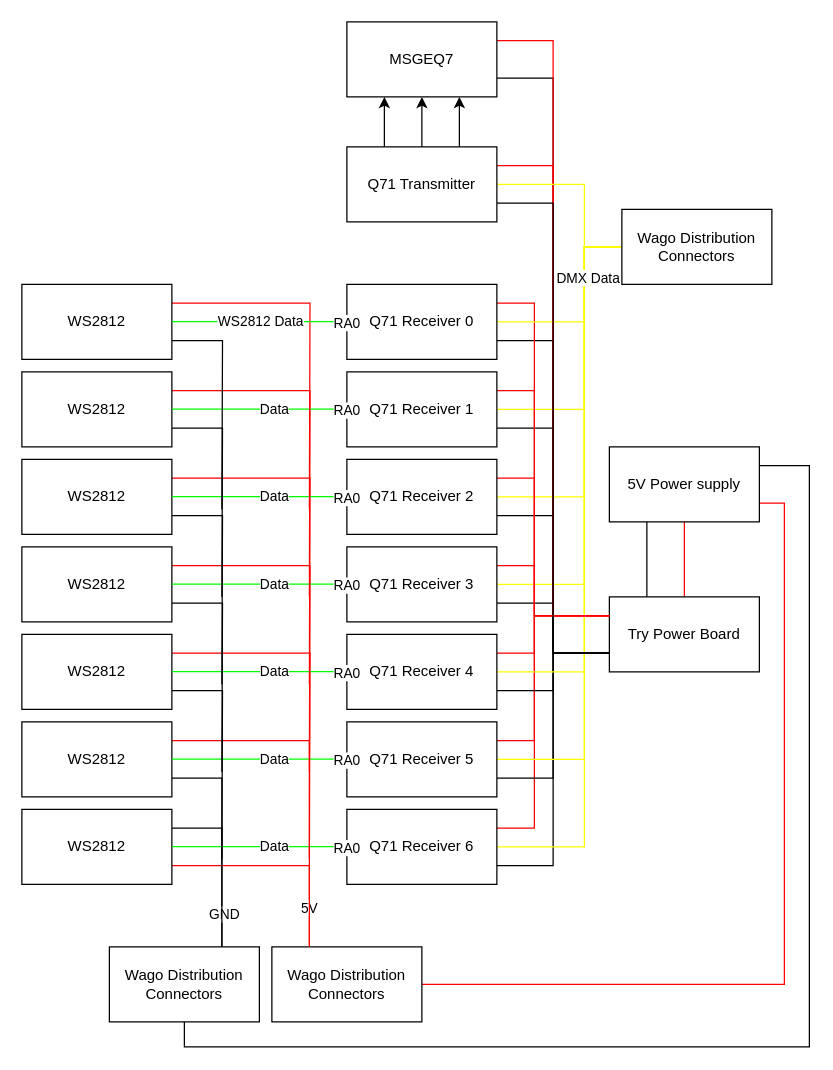
This is try_demo_hardware.drawio from jfcbooth/block_diagrams, a draw.io file, before an edit. Source tidied: cells renumbered, new cells numbered last; positions are measured from the earlier drawing's top-left corner, leaving out a move shared by most shapes. Both pictures are drawn from the tidied source at 125%, with x=0, y=0 at pixel (21, 21).
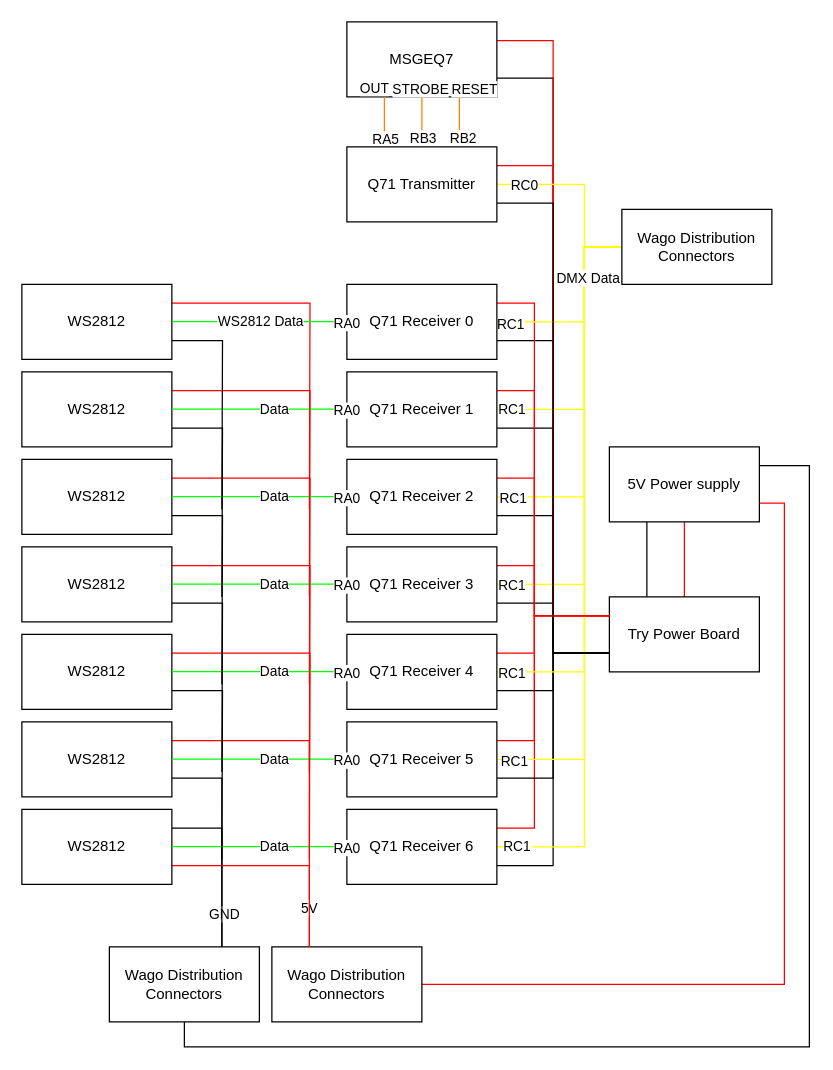
After the change.

The change refers to these unchanged cells:
```xml
<mxCell id="9" style="edgeStyle=orthogonalEdgeStyle;rounded=0;jettySize=auto;html=1;exitX=1;exitY=0.5;exitDx=0;exitDy=0;entryX=0;entryY=0.5;entryDx=0;entryDy=0;strokeColor=#FFFF00;endArrow=none;endFill=0;" parent="1" edge="1" source="10" target="93">
  <mxGeometry relative="1" as="geometry">
    <Array as="points">
      <mxPoint x="450" y="660" />
      <mxPoint x="450" y="180" />
    </Array>
  </mxGeometry>
</mxCell>
<mxCell id="20" value="MSGEQ7" style="rounded=0;whiteSpace=wrap;html=1;" parent="1" vertex="1">
  <mxGeometry x="260" width="120" height="60" as="geometry" />
</mxCell>
<mxCell id="30" style="edgeStyle=orthogonalEdgeStyle;rounded=0;jettySize=auto;html=1;exitX=1;exitY=0.5;exitDx=0;exitDy=0;entryX=0;entryY=0.5;entryDx=0;entryDy=0;strokeColor=#FFFF00;endArrow=none;endFill=0;" parent="1" edge="1" source="31" target="93">
  <mxGeometry relative="1" as="geometry">
    <Array as="points">
      <mxPoint x="450" y="590" />
      <mxPoint x="450" y="180" />
    </Array>
  </mxGeometry>
</mxCell>
<mxCell id="40" style="edgeStyle=orthogonalEdgeStyle;rounded=0;jettySize=auto;html=1;exitX=1;exitY=0.5;exitDx=0;exitDy=0;entryX=0;entryY=0.5;entryDx=0;entryDy=0;strokeColor=#FFFF00;endArrow=none;endFill=0;" parent="1" edge="1" source="41" target="93">
  <mxGeometry relative="1" as="geometry">
    <Array as="points">
      <mxPoint x="450" y="520" />
      <mxPoint x="450" y="180" />
    </Array>
  </mxGeometry>
</mxCell>
<mxCell id="50" style="edgeStyle=orthogonalEdgeStyle;rounded=0;jettySize=auto;html=1;exitX=1;exitY=0.5;exitDx=0;exitDy=0;entryX=0;entryY=0.5;entryDx=0;entryDy=0;strokeColor=#FFFF00;endArrow=none;endFill=0;" parent="1" edge="1" source="51" target="93">
  <mxGeometry relative="1" as="geometry">
    <Array as="points">
      <mxPoint x="450" y="450" />
      <mxPoint x="450" y="180" />
    </Array>
  </mxGeometry>
</mxCell>
<mxCell id="60" style="edgeStyle=orthogonalEdgeStyle;rounded=0;jettySize=auto;html=1;exitX=1;exitY=0.5;exitDx=0;exitDy=0;entryX=0;entryY=0.5;entryDx=0;entryDy=0;strokeColor=#FFFF00;endArrow=none;endFill=0;" parent="1" edge="1" source="61" target="93">
  <mxGeometry relative="1" as="geometry">
    <Array as="points">
      <mxPoint x="450" y="380" />
      <mxPoint x="450" y="180" />
    </Array>
  </mxGeometry>
</mxCell>
<mxCell id="70" style="edgeStyle=orthogonalEdgeStyle;rounded=0;jettySize=auto;html=1;exitX=1;exitY=0.5;exitDx=0;exitDy=0;entryX=0;entryY=0.5;entryDx=0;entryDy=0;strokeColor=#FFFF00;endArrow=none;endFill=0;" parent="1" edge="1" source="71" target="93">
  <mxGeometry relative="1" as="geometry">
    <Array as="points">
      <mxPoint x="450" y="310" />
      <mxPoint x="450" y="180" />
    </Array>
  </mxGeometry>
</mxCell>
<mxCell id="82" value="Q71 Receiver 0" style="rounded=0;whiteSpace=wrap;html=1;" parent="1" vertex="1">
  <mxGeometry x="260" y="210" width="120" height="60" as="geometry" />
</mxCell>
<mxCell id="91" style="edgeStyle=orthogonalEdgeStyle;rounded=0;jettySize=auto;html=1;exitX=1;exitY=0.5;exitDx=0;exitDy=0;entryX=0;entryY=0.5;entryDx=0;entryDy=0;strokeColor=#FFFF00;endArrow=none;endFill=0;" parent="1" edge="1" source="92" target="93">
  <mxGeometry relative="1" as="geometry">
    <Array as="points">
      <mxPoint x="450" y="130" />
      <mxPoint x="450" y="180" />
    </Array>
  </mxGeometry>
</mxCell>
<mxCell id="92" value="Q71 Transmitter" style="rounded=0;whiteSpace=wrap;html=1;" parent="1" vertex="1">
  <mxGeometry x="260" y="100" width="120" height="60" as="geometry" />
</mxCell>
<mxCell id="93" value="Wago Distribution Connectors" style="rounded=0;whiteSpace=wrap;html=1;" parent="1" vertex="1">
  <mxGeometry x="480" y="150" width="120" height="60" as="geometry" />
</mxCell>
```

The edit, as a diff of the source:
```diff
@@
+    <mxCell id="94" value="RC1" style="edgeLabel;html=1;align=center;verticalAlign=middle;" parent="9" vertex="1">
+      <mxGeometry x="-0.95" y="1" relative="1" as="geometry" />
+    </mxCell>
@@
+    <mxCell id="95" value="RC1" style="edgeLabel;html=1;align=center;verticalAlign=middle;" parent="30" vertex="1">
+      <mxGeometry x="-0.95" y="-1" relative="1" as="geometry" />
+    </mxCell>
@@
+    <mxCell id="96" value="RC1" style="edgeLabel;html=1;align=center;verticalAlign=middle;" parent="40" vertex="1">
+      <mxGeometry x="-0.95" relative="1" as="geometry" />
+    </mxCell>
@@
+    <mxCell id="97" value="RC1" style="edgeLabel;html=1;align=center;verticalAlign=middle;" parent="50" vertex="1">
+      <mxGeometry x="-0.94" relative="1" as="geometry" />
+    </mxCell>
@@
+    <mxCell id="98" value="RC1" style="edgeLabel;html=1;align=center;verticalAlign=middle;" parent="60" vertex="1">
+      <mxGeometry x="-0.92" relative="1" as="geometry" />
+    </mxCell>
@@
+    <mxCell id="99" value="RC1" style="edgeLabel;html=1;align=center;verticalAlign=middle;" parent="70" vertex="1">
+      <mxGeometry x="-0.9" y="1" relative="1" as="geometry" />
+    </mxCell>
@@
-    <mxCell id="80" style="edgeStyle=orthogonalEdgeStyle;rounded=0;jettySize=auto;html=1;exitX=1;exitY=0.5;exitDx=0;exitDy=0;entryX=0;entryY=0.5;entryDx=0;entryDy=0;strokeColor=#FFFF00;endArrow=none;endFill=0;" parent="1" edge="1" source="82" target="93">
+    <mxCell id="80" style="edgeStyle=orthogonalEdgeStyle;rounded=0;jettySize=auto;html=1;entryX=0;entryY=0.5;entryDx=0;entryDy=0;strokeColor=#FFFF00;endArrow=none;endFill=0;" parent="1" edge="1" target="93">
       <mxGeometry relative="1" as="geometry">
+        <mxPoint x="380" y="240" as="sourcePoint" />
         <Array as="points">
           <mxPoint x="450" y="240" />
           <mxPoint x="450" y="180" />
         </Array>
       </mxGeometry>
     </mxCell>
@@
+    <mxCell id="100" value="RC1" style="edgeLabel;html=1;align=center;verticalAlign=middle;" parent="80" vertex="1">
+      <mxGeometry x="-0.97" y="-1" relative="1" as="geometry">
+        <mxPoint x="8" as="offset" />
+      </mxGeometry>
+    </mxCell>
@@
-    <mxCell id="88" style="edgeStyle=orthogonalEdgeStyle;rounded=0;jettySize=auto;html=1;exitX=0.75;exitY=0;exitDx=0;exitDy=0;entryX=0.75;entryY=1;entryDx=0;entryDy=0;" parent="1" edge="1" source="92" target="20">
+    <mxCell id="88" style="edgeStyle=orthogonalEdgeStyle;rounded=0;jettySize=auto;html=1;exitX=0.75;exitY=0;exitDx=0;exitDy=0;entryX=0.75;entryY=1;entryDx=0;entryDy=0;endArrow=none;endFill=0;strokeColor=#FF8000;" parent="1" edge="1" source="92" target="20">
       <mxGeometry relative="1" as="geometry" />
     </mxCell>
+    <mxCell id="101" value="RESET" style="edgeLabel;html=1;align=center;verticalAlign=middle;" parent="88" vertex="1">
+      <mxGeometry x="0.62" y="-1" relative="1" as="geometry">
+        <mxPoint x="10" y="-15" as="offset" />
+      </mxGeometry>
+    </mxCell>
+    <mxCell id="102" value="RB2" style="edgeLabel;html=1;align=center;verticalAlign=middle;" parent="88" vertex="1">
+      <mxGeometry x="-0.72" y="2" relative="1" as="geometry">
+        <mxPoint x="4" y="-2" as="offset" />
+      </mxGeometry>
+    </mxCell>
-    <mxCell id="89" style="edgeStyle=orthogonalEdgeStyle;rounded=0;jettySize=auto;html=1;exitX=0.5;exitY=0;exitDx=0;exitDy=0;entryX=0.5;entryY=1;entryDx=0;entryDy=0;" parent="1" edge="1" source="92" target="20">
+    <mxCell id="89" style="edgeStyle=orthogonalEdgeStyle;rounded=0;jettySize=auto;html=1;exitX=0.5;exitY=0;exitDx=0;exitDy=0;entryX=0.5;entryY=1;entryDx=0;entryDy=0;endArrow=none;endFill=0;strokeColor=#FF8000;" parent="1" edge="1" source="92" target="20">
       <mxGeometry relative="1" as="geometry" />
     </mxCell>
+    <mxCell id="103" value="STROBE" style="edgeLabel;html=1;align=center;verticalAlign=middle;" parent="89" vertex="1">
+      <mxGeometry x="0.7" y="-1" relative="1" as="geometry">
+        <mxPoint x="-3" y="-13" as="offset" />
+      </mxGeometry>
+    </mxCell>
+    <mxCell id="104" value="RB3" style="edgeLabel;html=1;align=center;verticalAlign=middle;" parent="89" vertex="1">
+      <mxGeometry x="-0.6" relative="1" as="geometry" />
+    </mxCell>
-    <mxCell id="90" style="edgeStyle=orthogonalEdgeStyle;rounded=0;jettySize=auto;html=1;exitX=0.25;exitY=0;exitDx=0;exitDy=0;entryX=0.25;entryY=1;entryDx=0;entryDy=0;" parent="1" edge="1" source="92" target="20">
+    <mxCell id="90" style="edgeStyle=orthogonalEdgeStyle;rounded=0;jettySize=auto;html=1;exitX=0.25;exitY=0;exitDx=0;exitDy=0;entryX=0.25;entryY=1;entryDx=0;entryDy=0;endArrow=none;endFill=0;strokeColor=#FF8000;" parent="1" edge="1" source="92" target="20">
       <mxGeometry relative="1" as="geometry" />
     </mxCell>
+    <mxCell id="105" value="OUT" style="edgeLabel;html=1;align=center;verticalAlign=middle;" parent="90" vertex="1">
+      <mxGeometry x="0.78" y="-1" relative="1" as="geometry">
+        <mxPoint x="-10" y="-12" as="offset" />
+      </mxGeometry>
+    </mxCell>
+    <mxCell id="106" value="RA5" style="edgeLabel;html=1;align=center;verticalAlign=middle;" parent="90" vertex="1">
+      <mxGeometry x="-0.66" relative="1" as="geometry" />
+    </mxCell>
@@
+    <mxCell id="107" value="RC0" style="edgeLabel;html=1;align=center;verticalAlign=middle;" parent="91" vertex="1">
+      <mxGeometry x="-0.91" y="-1" relative="1" as="geometry">
+        <mxPoint x="14" y="-1" as="offset" />
+      </mxGeometry>
+    </mxCell>
```
